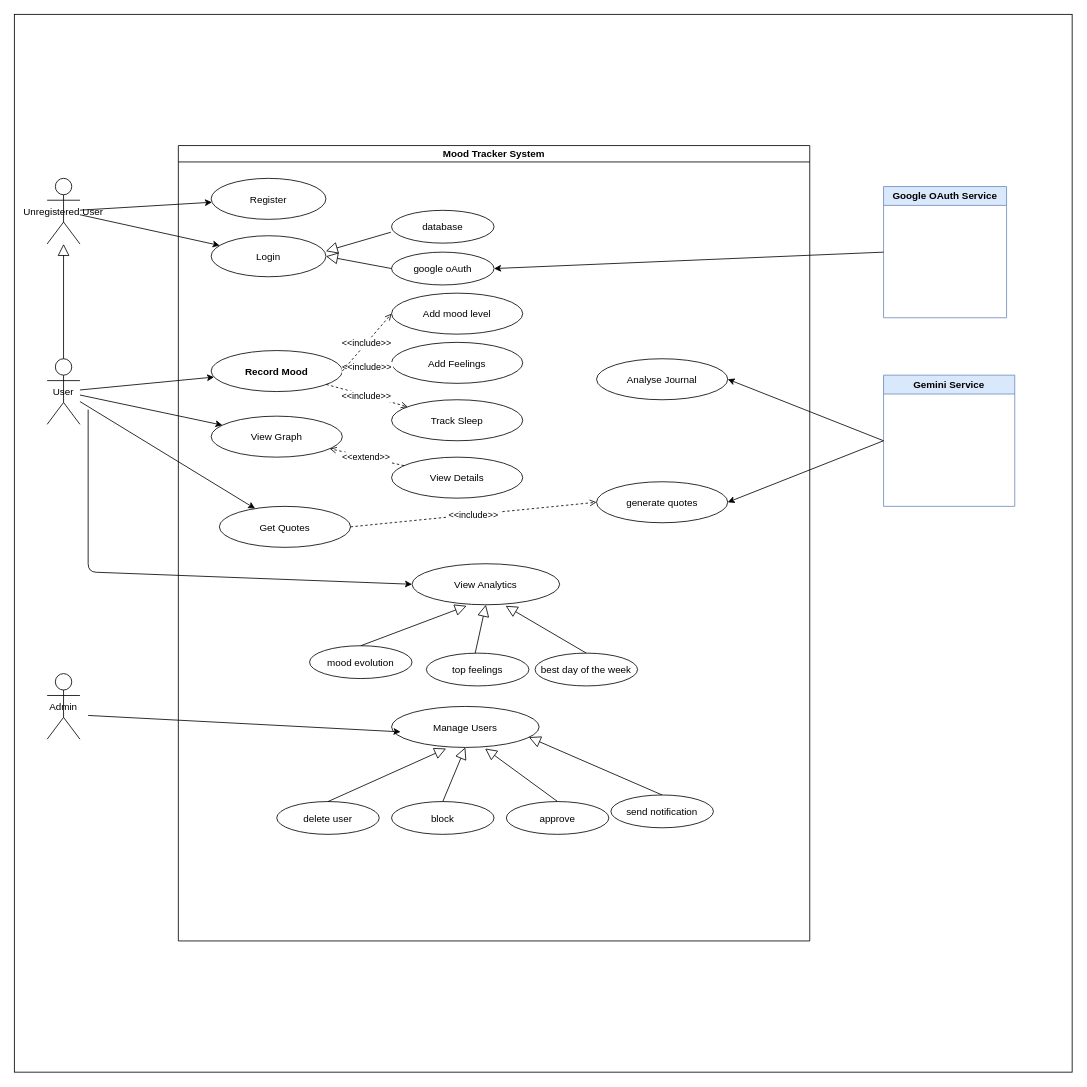
This is Assets/conception/usecase_diagram.drawio from d-anasx/Mood_Tracker, a draw.io file, before an edit. Source tidied: cells renumbered, new cells numbered last; positions are measured from the earlier drawing's top-left corner, leaving out a move shared by most shapes. Both pictures are drawn from the tidied source at 82%, with x=0, y=0 at pixel (14, 14).
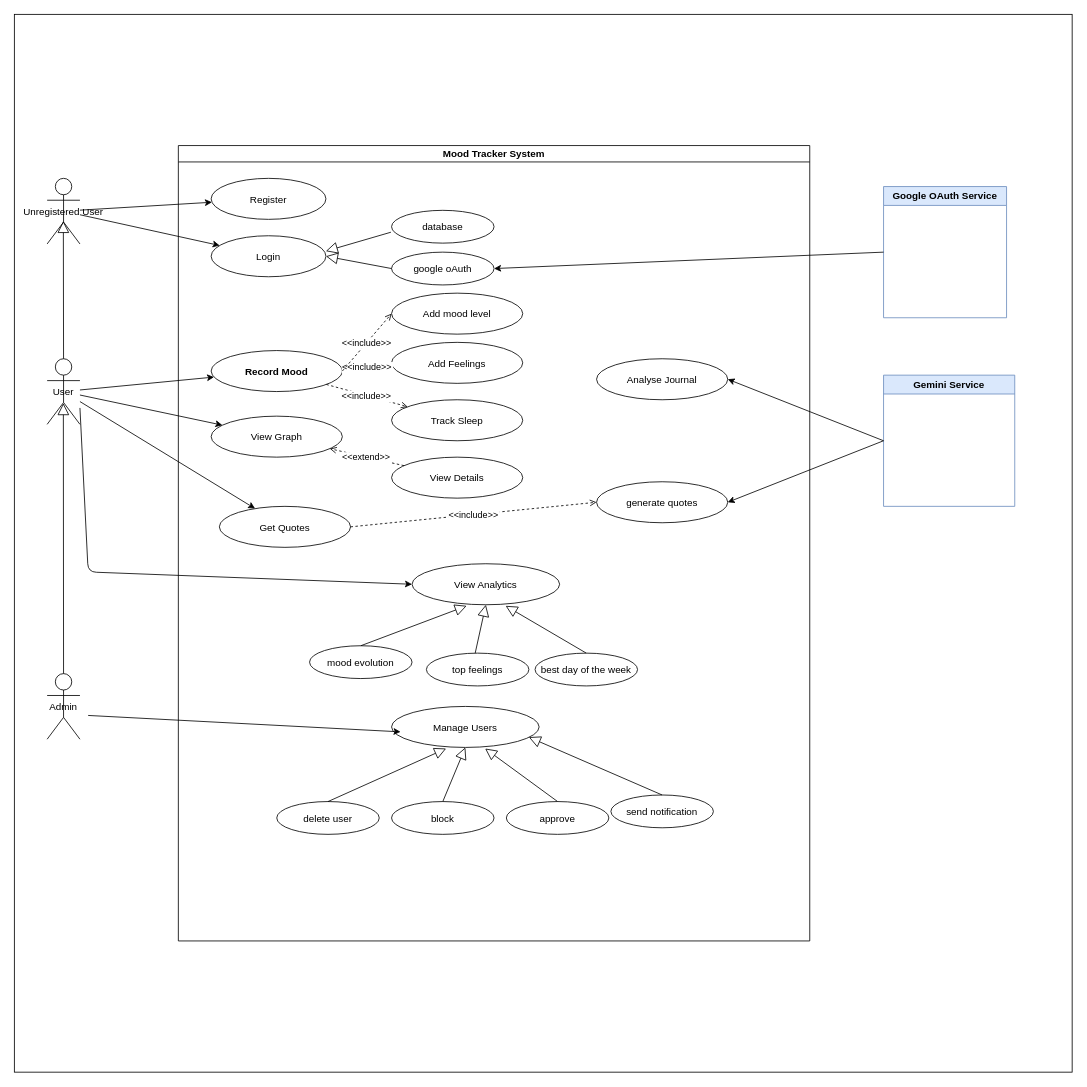
The same page after the edit.

Commit message (it also covers changes not shown here):
Update use case diagram and mood tracker images for improved clarity and accuracy

The change refers to these unchanged cells:
```xml
<mxCell id="27" value="View Analytics" style="ellipse;" parent="3" vertex="1">
  <mxGeometry x="285" y="510" width="180" height="50" as="geometry" />
</mxCell>
<mxCell id="40" value="Unregistered User" style="shape=umlActor;" parent="1" vertex="1">
  <mxGeometry x="40" y="200" width="40" height="80" as="geometry" />
</mxCell>
<mxCell id="41" value="User" style="shape=umlActor;" parent="1" vertex="1">
  <mxGeometry x="40" y="420" width="40" height="80" as="geometry" />
</mxCell>
<mxCell id="42" value="Admin" style="shape=umlActor;" parent="1" vertex="1">
  <mxGeometry x="40" y="804" width="40" height="80" as="geometry" />
</mxCell>
```

The edit, as a diff of the source:
```diff
@@
-    <mxCell id="54" style="edgeStyle=none;html=1;endArrow=block;endFill=0;endSize=12;verticalAlign=bottom;" parent="1" edge="1">
+    <mxCell id="54" style="edgeStyle=none;html=1;endArrow=block;endFill=0;endSize=12;verticalAlign=bottom;entryX=0.494;entryY=0.65;entryDx=0;entryDy=0;entryPerimeter=0;" parent="1" edge="1" target="40">
       <mxGeometry relative="1" as="geometry">
         <mxPoint x="60" y="420" as="sourcePoint" />
-        <mxPoint x="60" y="280" as="targetPoint" />
       </mxGeometry>
     </mxCell>
     <mxCell id="55" style="entryX=0;entryY=0.5;entryDx=0;entryDy=0;" parent="1" edge="1" target="27">
       <mxGeometry relative="1" as="geometry">
-        <mxPoint x="90" y="482" as="sourcePoint" />
+        <mxPoint x="80" y="480" as="sourcePoint" />
         <Array as="points">
           <mxPoint x="90" y="680" />
         </Array>
       </mxGeometry>
     </mxCell>
+    <mxCell id="56" style="edgeStyle=none;html=1;endArrow=block;endFill=0;endSize=12;verticalAlign=bottom;exitX=0.5;exitY=0;exitDx=0;exitDy=0;exitPerimeter=0;entryX=0.494;entryY=0.677;entryDx=0;entryDy=0;entryPerimeter=0;" parent="1" edge="1" source="42" target="41">
+      <mxGeometry relative="1" as="geometry" />
+    </mxCell>
```
